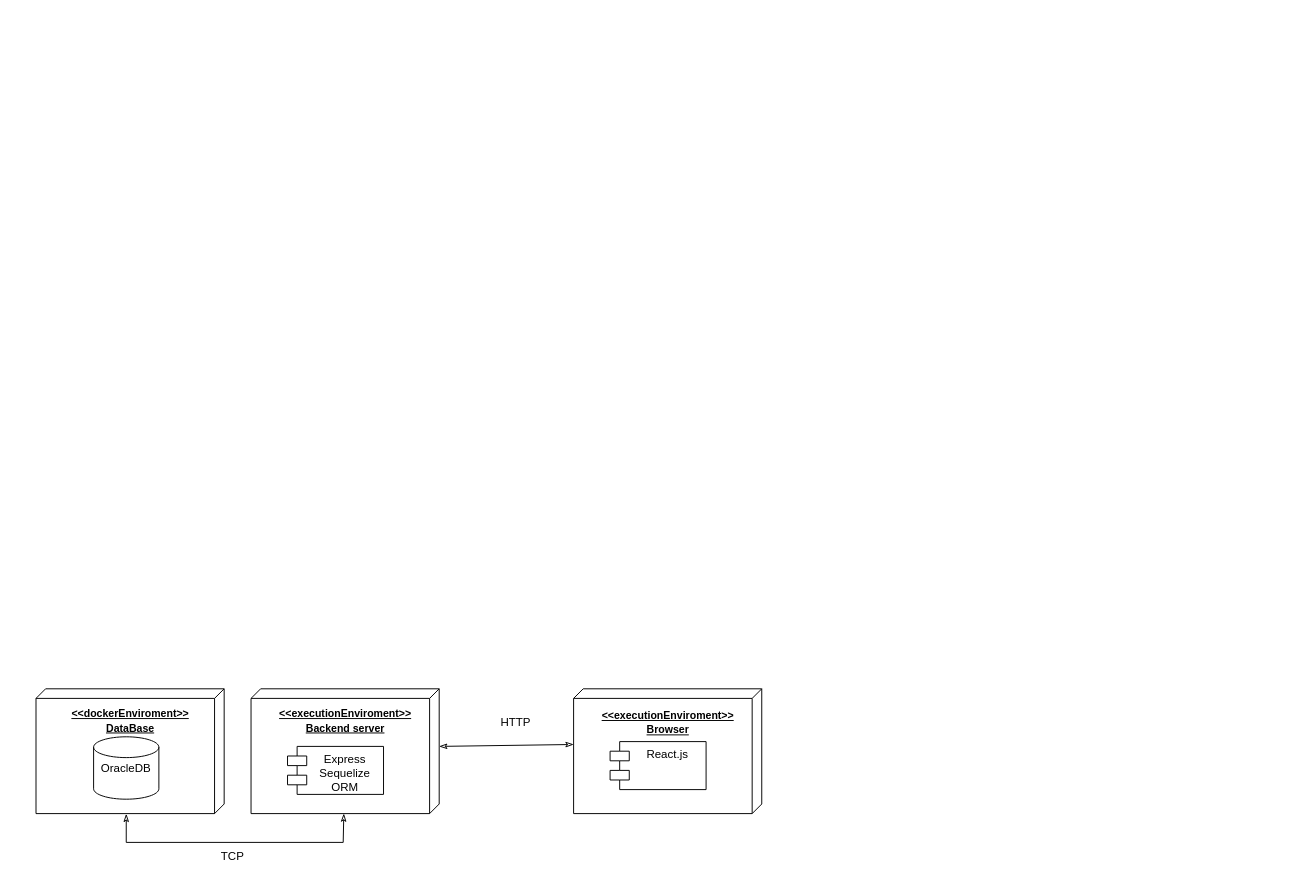
Above: architecture.drawio in taofi/6sem_course (draw.io), before the change. Source tidied: cells renumbered, new cells numbered last; positions are measured from the earlier drawing's top-left corner, leaving out a move shared by most shapes. Both pictures are drawn from the tidied source at 96%, with x=0, y=0 at pixel (36, 688).
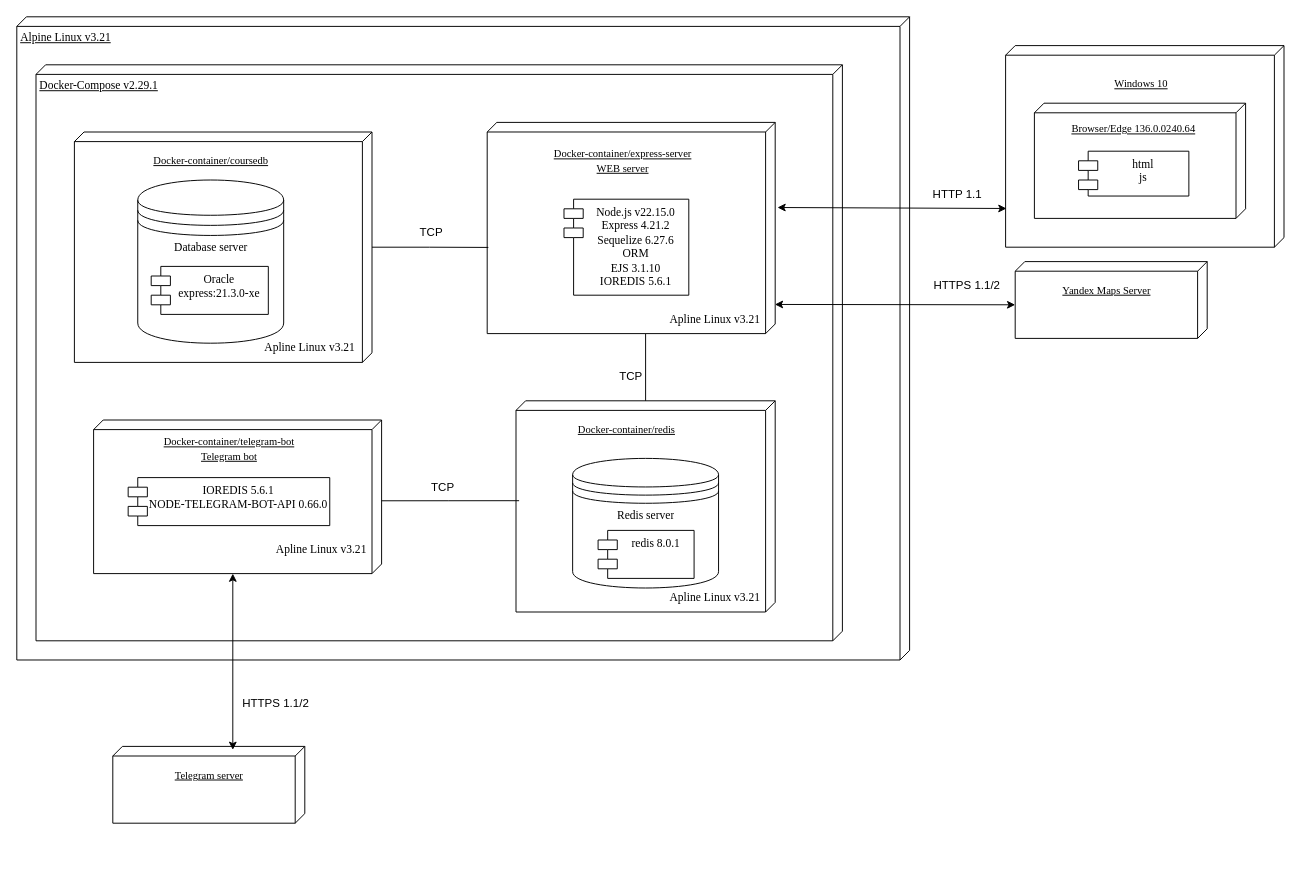
The same diagram, later.

Diff of the diagram source:
```diff
@@
-    <mxCell id="2" style="endArrow=classicThin;html=1;rounded=0;exitX=0;exitY=0;exitDx=60;exitDy=0;exitPerimeter=0;startArrow=classicThin;startFill=0;endFill=0;" parent="1" edge="1" source="4">
-      <mxGeometry relative="1" as="geometry">
-        <mxPoint x="560" y="58" as="targetPoint" />
-      </mxGeometry>
-    </mxCell>
-    <mxCell id="3" value="HTTP" style="text;html=1;align=center;verticalAlign=middle;whiteSpace=wrap;rounded=0;" parent="1" vertex="1">
-      <mxGeometry x="470" y="20" width="60" height="30" as="geometry" />
-    </mxCell>
-    <mxCell id="4" style="verticalAlign=top;align=left;spacingTop=8;spacingLeft=2;spacingRight=12;shape=cube;size=10;direction=south;fontStyle=4;html=1;whiteSpace=wrap;" parent="1" vertex="1">
-      <mxGeometry x="224" width="196" height="130" as="geometry" />
-    </mxCell>
-    <mxCell id="5" style="endArrow=classicThin;html=1;rounded=0;entryX=1.003;entryY=0.6;entryDx=0;entryDy=0;entryPerimeter=0;startArrow=classicThin;startFill=0;endFill=0;" parent="1" edge="1" source="4">
-      <mxGeometry relative="1" as="geometry">
-        <mxPoint x="94" y="130.3" as="targetPoint" />
-        <Array as="points">
-          <mxPoint x="320" y="160" />
-          <mxPoint x="94" y="160" />
-        </Array>
-      </mxGeometry>
-    </mxCell>
-    <mxCell id="6" value="&lt;u&gt;&lt;font style=&quot;font-size: 11px;&quot;&gt;&amp;lt;&amp;lt;executionEnviroment&amp;gt;&amp;gt;&lt;/font&gt;&lt;/u&gt;&lt;div&gt;&lt;span style=&quot;font-size: 11px;&quot;&gt;&lt;u&gt;Backend server&lt;/u&gt;&lt;/span&gt;&lt;/div&gt;" style="text;align=center;fontStyle=1;verticalAlign=middle;spacingLeft=3;spacingRight=3;strokeColor=none;html=1;" parent="1" vertex="1">
-      <mxGeometry x="282" y="20" width="80" height="26" as="geometry" />
-    </mxCell>
-    <mxCell id="7" style="verticalAlign=top;align=left;spacingTop=8;spacingLeft=2;spacingRight=12;shape=cube;size=10;direction=south;fontStyle=4;html=1;whiteSpace=wrap;" parent="1" vertex="1">
-      <mxGeometry width="196" height="130" as="geometry" />
-    </mxCell>
-    <mxCell id="8" value="&lt;u&gt;&lt;font style=&quot;font-size: 11px;&quot;&gt;&amp;lt;&amp;lt;dockerEnviroment&amp;gt;&amp;gt;&lt;/font&gt;&lt;/u&gt;&lt;div&gt;&lt;span style=&quot;font-size: 11px;&quot;&gt;&lt;u&gt;DataBase&lt;/u&gt;&lt;/span&gt;&lt;/div&gt;" style="text;align=center;fontStyle=1;verticalAlign=middle;spacingLeft=3;spacingRight=3;strokeColor=none;html=1;" parent="1" vertex="1">
-      <mxGeometry x="58" y="20" width="80" height="26" as="geometry" />
-    </mxCell>
-    <mxCell id="9" value="TCP" style="text;html=1;align=center;verticalAlign=middle;whiteSpace=wrap;rounded=0;" parent="1" vertex="1">
-      <mxGeometry x="175" y="160" width="60" height="30" as="geometry" />
-    </mxCell>
+    <mxCell id="15" value="Alpine Linux v3.21" style="verticalAlign=top;align=left;spacingTop=8;spacingLeft=2;spacingRight=12;shape=cube;size=10;direction=south;fontStyle=4;html=1;whiteSpace=wrap;fontFamily=Times New Roman;" parent="1" vertex="1">
+      <mxGeometry x="-20" y="-700" width="930" height="670" as="geometry" />
+    </mxCell>
+    <mxCell id="16" value="Docker-Compose v2.29.1" style="verticalAlign=top;align=left;spacingTop=8;spacingLeft=2;spacingRight=12;shape=cube;size=10;direction=south;fontStyle=4;html=1;whiteSpace=wrap;fontFamily=Times New Roman;" parent="1" vertex="1">
+      <mxGeometry y="-650" width="840" height="600" as="geometry" />
+    </mxCell>
+    <mxCell id="17" style="group;" parent="1" vertex="1">
+      <mxGeometry x="40" y="-580" width="310" height="240" as="geometry" />
+    </mxCell>
+    <mxCell id="18" style="verticalAlign=top;align=left;spacingTop=8;spacingLeft=2;spacingRight=12;shape=cube;size=10;direction=south;fontStyle=4;html=1;whiteSpace=wrap;fontFamily=Times New Roman;" parent="17" vertex="1">
+      <mxGeometry width="310" height="240" as="geometry" />
+    </mxCell>
+    <mxCell id="19" value="&lt;span style=&quot;font-size: 11px; font-weight: normal;&quot;&gt;&lt;u&gt;Docker-container/coursedb&lt;/u&gt;&lt;/span&gt;" style="text;align=center;fontStyle=1;verticalAlign=middle;spacingLeft=3;spacingRight=3;strokeColor=none;html=1;fontFamily=Times New Roman;" parent="17" vertex="1">
+      <mxGeometry x="101" y="20" width="82" height="20" as="geometry" />
+    </mxCell>
+    <mxCell id="20" style="shape=datastore;whiteSpace=wrap;html=1;fontFamily=Times New Roman;" parent="17" vertex="1">
+      <mxGeometry x="66" y="50" width="152" height="170" as="geometry" />
+    </mxCell>
+    <mxCell id="21" value="Database server" style="text;strokeColor=none;fillColor=none;align=center;verticalAlign=middle;spacingLeft=4;spacingRight=4;overflow=hidden;whiteSpace=wrap;html=1;fontFamily=Times New Roman;" parent="17" vertex="1">
+      <mxGeometry x="92.5" y="105" width="99" height="30" as="geometry" />
+    </mxCell>
+    <mxCell id="22" value="&lt;div style=&quot;&quot;&gt;&lt;span lang=&quot;EN-US&quot; style=&quot;background-color: transparent; color: light-dark(rgb(0, 0, 0), rgb(255, 255, 255));&quot;&gt;Oracle&lt;/span&gt;&lt;span lang=&quot;EN-US&quot; style=&quot;background-color: transparent; color: light-dark(rgb(0, 0, 0), rgb(255, 255, 255));&quot;&gt; &lt;/span&gt;&lt;span style=&quot;color: windowtext; text-decoration-line: none;&quot;&gt;express:21.3.0-xe&lt;/span&gt;&lt;/div&gt;" style="shape=module;align=center;spacingLeft=20;align=center;verticalAlign=top;whiteSpace=wrap;html=1;fontFamily=Times New Roman;" parent="17" vertex="1">
+      <mxGeometry x="80" y="140" width="122" height="50" as="geometry" />
+    </mxCell>
+    <mxCell id="23" value="Apline Linux v3.21" style="text;strokeColor=none;fillColor=none;align=center;verticalAlign=middle;spacingLeft=4;spacingRight=4;overflow=hidden;whiteSpace=wrap;html=1;fontFamily=Times New Roman;" parent="17" vertex="1">
+      <mxGeometry x="190" y="210" width="111" height="30" as="geometry" />
+    </mxCell>
+    <mxCell id="24" style="group;" parent="1" vertex="1">
+      <mxGeometry x="470" y="-590" width="310" height="240" as="geometry" />
+    </mxCell>
+    <mxCell id="25" style="verticalAlign=top;align=left;spacingTop=8;spacingLeft=2;spacingRight=12;shape=cube;size=10;direction=south;fontStyle=4;html=1;whiteSpace=wrap;fontFamily=Times New Roman;" parent="24" vertex="1">
+      <mxGeometry width="300" height="220" as="geometry" />
+    </mxCell>
+    <mxCell id="26" value="&lt;span style=&quot;font-size: 11px; font-weight: normal;&quot;&gt;&lt;u&gt;Docker-container/express-server&lt;/u&gt;&lt;/span&gt;&lt;div&gt;&lt;span style=&quot;font-size: 11px; font-weight: normal;&quot;&gt;&lt;u&gt;WEB server&lt;/u&gt;&lt;/span&gt;&lt;/div&gt;" style="text;align=center;fontStyle=1;verticalAlign=middle;spacingLeft=3;spacingRight=3;strokeColor=none;html=1;fontFamily=Times New Roman;" parent="24" vertex="1">
+      <mxGeometry x="100" y="20" width="82" height="40" as="geometry" />
+    </mxCell>
+    <mxCell id="27" value="Apline Linux v3.21" style="text;strokeColor=none;fillColor=none;align=center;verticalAlign=middle;spacingLeft=4;spacingRight=4;overflow=hidden;whiteSpace=wrap;html=1;fontFamily=Times New Roman;" parent="24" vertex="1">
+      <mxGeometry x="182" y="190" width="111" height="30" as="geometry" />
+    </mxCell>
+    <mxCell id="28" value="Node.js v22.15.0&lt;br&gt;Express 4.21.2&lt;div&gt;Sequelize 6.27.6&lt;/div&gt;&lt;div&gt;ORM&lt;/div&gt;&lt;div&gt;EJS 3.1.10&lt;/div&gt;&lt;div&gt;IOREDIS 5.6.1&lt;/div&gt;" style="shape=module;align=left;spacingLeft=20;align=center;verticalAlign=top;whiteSpace=wrap;html=1;fontFamily=Times New Roman;" parent="24" vertex="1">
+      <mxGeometry x="80" y="80" width="130" height="100" as="geometry" />
+    </mxCell>
+    <mxCell id="29" style="group;" parent="1" vertex="1">
+      <mxGeometry x="470" y="-330" width="310" height="240" as="geometry" />
+    </mxCell>
+    <mxCell id="30" style="group;" parent="29" vertex="1">
+      <mxGeometry x="30" y="30" width="270" height="220" as="geometry" />
+    </mxCell>
+    <mxCell id="31" style="verticalAlign=top;align=left;spacingTop=8;spacingLeft=2;spacingRight=12;shape=cube;size=10;direction=south;fontStyle=4;html=1;whiteSpace=wrap;fontFamily=Times New Roman;" parent="30" vertex="1">
+      <mxGeometry width="270" height="220" as="geometry" />
+    </mxCell>
+    <mxCell id="32" value="&lt;span style=&quot;font-size: 11px; font-weight: normal;&quot;&gt;&lt;u&gt;Docker-container/redis&lt;/u&gt;&lt;/span&gt;" style="text;align=center;fontStyle=1;verticalAlign=middle;spacingLeft=3;spacingRight=3;strokeColor=none;html=1;fontFamily=Times New Roman;" parent="30" vertex="1">
+      <mxGeometry x="74" y="20" width="82" height="20" as="geometry" />
+    </mxCell>
+    <mxCell id="33" style="shape=datastore;whiteSpace=wrap;html=1;fontFamily=Times New Roman;" parent="30" vertex="1">
+      <mxGeometry x="59" y="60" width="152" height="135" as="geometry" />
+    </mxCell>
+    <mxCell id="34" value="Redis server" style="text;strokeColor=none;fillColor=none;align=center;verticalAlign=middle;spacingLeft=4;spacingRight=4;overflow=hidden;whiteSpace=wrap;html=1;fontFamily=Times New Roman;" parent="30" vertex="1">
+      <mxGeometry x="85.5" y="105" width="99" height="30" as="geometry" />
+    </mxCell>
+    <mxCell id="35" value="&lt;div style=&quot;&quot;&gt;redis 8.0.1&lt;/div&gt;" style="shape=module;align=center;spacingLeft=20;align=center;verticalAlign=top;whiteSpace=wrap;html=1;fontFamily=Times New Roman;" parent="30" vertex="1">
+      <mxGeometry x="85.5" y="135" width="100" height="50" as="geometry" />
+    </mxCell>
+    <mxCell id="36" value="Apline Linux v3.21" style="text;strokeColor=none;fillColor=none;align=center;verticalAlign=middle;spacingLeft=4;spacingRight=4;overflow=hidden;whiteSpace=wrap;html=1;fontFamily=Times New Roman;" parent="30" vertex="1">
+      <mxGeometry x="151.5" y="190" width="111" height="30" as="geometry" />
+    </mxCell>
+    <mxCell id="37" style="edgeStyle=orthogonalEdgeStyle;rounded=0;jettySize=auto;html=1;entryX=0.592;entryY=0.996;entryDx=0;entryDy=0;entryPerimeter=0;endArrow=none;startFill=0;" parent="1" edge="1" source="18" target="25">
+      <mxGeometry relative="1" as="geometry" />
+    </mxCell>
+    <mxCell id="38" value="TCP" style="text;html=1;align=center;verticalAlign=middle;whiteSpace=wrap;rounded=0;" parent="1" vertex="1">
+      <mxGeometry x="380" y="-490" width="64" height="30" as="geometry" />
+    </mxCell>
+    <mxCell id="39" style="edgeStyle=orthogonalEdgeStyle;rounded=0;jettySize=auto;html=1;endArrow=none;startFill=0;exitX=1.002;exitY=0.45;exitDx=0;exitDy=0;exitPerimeter=0;" parent="1" edge="1" source="25" target="31">
+      <mxGeometry relative="1" as="geometry" />
+    </mxCell>
+    <mxCell id="40" value="TCP" style="text;html=1;align=center;verticalAlign=middle;whiteSpace=wrap;rounded=0;" parent="1" vertex="1">
+      <mxGeometry x="590" y="-340" width="60" height="30" as="geometry" />
+    </mxCell>
+    <mxCell id="41" style="group;" parent="1" vertex="1">
+      <mxGeometry x="60" y="-290" width="310" height="240" as="geometry" />
+    </mxCell>
+    <mxCell id="42" style="verticalAlign=top;align=left;spacingTop=8;spacingLeft=2;spacingRight=12;shape=cube;size=10;direction=south;fontStyle=4;html=1;whiteSpace=wrap;fontFamily=Times New Roman;" parent="41" vertex="1">
+      <mxGeometry y="10" width="300" height="160" as="geometry" />
+    </mxCell>
+    <mxCell id="43" value="&lt;span style=&quot;font-size: 11px; font-weight: normal;&quot;&gt;&lt;u&gt;Docker-container/telegram-bot&lt;/u&gt;&lt;/span&gt;&lt;div&gt;&lt;span style=&quot;font-size: 11px; font-weight: 400;&quot;&gt;&lt;u&gt;Telegram bot&lt;/u&gt;&lt;/span&gt;&lt;/div&gt;" style="text;align=center;fontStyle=1;verticalAlign=middle;spacingLeft=3;spacingRight=3;strokeColor=none;html=1;fontFamily=Times New Roman;" parent="41" vertex="1">
+      <mxGeometry x="100" y="20" width="82" height="40" as="geometry" />
+    </mxCell>
+    <mxCell id="44" value="Apline Linux v3.21" style="text;strokeColor=none;fillColor=none;align=center;verticalAlign=middle;spacingLeft=4;spacingRight=4;overflow=hidden;whiteSpace=wrap;html=1;fontFamily=Times New Roman;" parent="41" vertex="1">
+      <mxGeometry x="182" y="130" width="111" height="30" as="geometry" />
+    </mxCell>
+    <mxCell id="45" value="IOREDIS 5.6.1&lt;div&gt;NODE-TELEGRAM-BOT-API 0.66.0&lt;/div&gt;" style="shape=module;align=left;spacingLeft=20;align=center;verticalAlign=top;whiteSpace=wrap;html=1;fontFamily=Times New Roman;" parent="41" vertex="1">
+      <mxGeometry x="36" y="70" width="210" height="50" as="geometry" />
+    </mxCell>
+    <mxCell id="46" value="TCP" style="text;html=1;align=center;verticalAlign=middle;whiteSpace=wrap;rounded=0;" parent="1" vertex="1">
+      <mxGeometry x="394" y="-225" width="60" height="30" as="geometry" />
+    </mxCell>
+    <mxCell id="47" style="edgeStyle=orthogonalEdgeStyle;rounded=0;jettySize=auto;html=1;endArrow=none;startFill=0;entryX=0.526;entryY=0;entryDx=0;entryDy=0;entryPerimeter=0;exitX=0.473;exitY=0.988;exitDx=0;exitDy=0;exitPerimeter=0;" parent="1" edge="1" source="31" target="42">
+      <mxGeometry relative="1" as="geometry" />
+    </mxCell>
+    <mxCell id="48" style="group;" parent="1" vertex="1">
+      <mxGeometry x="80" y="60" width="200" height="80" as="geometry" />
+    </mxCell>
-    <mxCell id="10" style="verticalAlign=top;align=left;spacingTop=8;spacingLeft=2;spacingRight=12;shape=cube;size=10;direction=south;fontStyle=4;html=1;whiteSpace=wrap;" parent="1" vertex="1">
-      <mxGeometry x="560" width="196" height="130" as="geometry" />
+    <mxCell id="10" style="verticalAlign=top;align=left;spacingTop=8;spacingLeft=2;spacingRight=12;shape=cube;size=10;direction=south;fontStyle=4;html=1;whiteSpace=wrap;fontFamily=Times New Roman;" parent="48" vertex="1">
+      <mxGeometry width="200" height="80" as="geometry" />
     </mxCell>
-    <mxCell id="11" value="&lt;u&gt;&lt;font style=&quot;font-size: 11px;&quot;&gt;&amp;lt;&amp;lt;executionEnviroment&amp;gt;&amp;gt;&lt;/font&gt;&lt;/u&gt;&lt;div&gt;&lt;span style=&quot;font-size: 11px;&quot;&gt;&lt;u&gt;Browser&lt;/u&gt;&lt;/span&gt;&lt;/div&gt;" style="text;align=center;fontStyle=1;verticalAlign=middle;spacingLeft=3;spacingRight=3;strokeColor=none;html=1;" parent="1" vertex="1">
-      <mxGeometry x="618" y="22" width="80" height="26" as="geometry" />
-    </mxCell>
-    <mxCell id="12" value="React.js" style="shape=module;align=left;spacingLeft=20;align=center;verticalAlign=top;whiteSpace=wrap;html=1;" parent="1" vertex="1">
-      <mxGeometry x="598" y="55" width="100" height="50" as="geometry" />
-    </mxCell>
-    <mxCell id="13" value="Express&lt;div&gt;Sequelize&lt;/div&gt;&lt;div&gt;ORM&lt;/div&gt;" style="shape=module;align=left;spacingLeft=20;align=center;verticalAlign=top;whiteSpace=wrap;html=1;" parent="1" vertex="1">
-      <mxGeometry x="262" y="60" width="100" height="50" as="geometry" />
-    </mxCell>
-    <mxCell id="14" value="OracleDB" style="strokeWidth=1;html=1;shape=mxgraph.flowchart.database;whiteSpace=wrap;" parent="1" vertex="1">
-      <mxGeometry x="60" y="50" width="68" height="65" as="geometry" />
-    </mxCell>
+    <mxCell id="49" value="&lt;span style=&quot;font-size: 11px; font-weight: 400;&quot;&gt;&lt;u&gt;Telegram server&lt;/u&gt;&lt;/span&gt;" style="text;align=center;fontStyle=1;verticalAlign=middle;spacingLeft=3;spacingRight=3;strokeColor=none;html=1;fontFamily=Times New Roman;" parent="48" vertex="1">
+      <mxGeometry x="59" y="10" width="82" height="40" as="geometry" />
+    </mxCell>
+    <mxCell id="50" style="endArrow=classic;startArrow=classic;html=1;rounded=0;entryX=0;entryY=0;entryDx=160;entryDy=155;entryPerimeter=0;exitX=0.045;exitY=0.375;exitDx=0;exitDy=0;exitPerimeter=0;" parent="1" edge="1" source="10" target="42">
+      <mxGeometry relative="1" as="geometry" />
+    </mxCell>
+    <mxCell id="51" value="HTTPS 1.1/2" style="text;html=1;align=center;verticalAlign=middle;whiteSpace=wrap;rounded=0;" parent="1" vertex="1">
+      <mxGeometry x="210" width="80" height="30" as="geometry" />
+    </mxCell>
+    <mxCell id="52" value="HTTPS 1.1/2" style="text;html=1;align=center;verticalAlign=middle;whiteSpace=wrap;rounded=0;" parent="1" vertex="1">
+      <mxGeometry x="930" y="-435" width="80" height="30" as="geometry" />
+    </mxCell>
+    <mxCell id="53" style="group;" parent="1" vertex="1">
+      <mxGeometry x="1020" y="-405" width="200" height="80" as="geometry" />
+    </mxCell>
+    <mxCell id="54" style="verticalAlign=top;align=left;spacingTop=8;spacingLeft=2;spacingRight=12;shape=cube;size=10;direction=south;fontStyle=4;html=1;whiteSpace=wrap;fontFamily=Times New Roman;" parent="53" vertex="1">
+      <mxGeometry y="-40" width="200" height="80" as="geometry" />
+    </mxCell>
+    <mxCell id="55" value="&lt;span style=&quot;font-size: 11px; font-weight: 400;&quot;&gt;&lt;u&gt;Yandex Maps Server&lt;/u&gt;&lt;/span&gt;" style="text;align=center;fontStyle=1;verticalAlign=middle;spacingLeft=3;spacingRight=3;strokeColor=none;html=1;fontFamily=Times New Roman;" parent="53" vertex="1">
+      <mxGeometry x="54" y="-30" width="82" height="40" as="geometry" />
+    </mxCell>
+    <mxCell id="56" style="endArrow=classic;startArrow=classic;html=1;rounded=0;entryX=0;entryY=0;entryDx=45;entryDy=200;entryPerimeter=0;exitX=0.862;exitY=0.001;exitDx=0;exitDy=0;exitPerimeter=0;" parent="1" edge="1" source="25" target="54">
+      <mxGeometry relative="1" as="geometry" />
+    </mxCell>
+    <mxCell id="57" style="group;" parent="1" vertex="1">
+      <mxGeometry x="1010" y="-670" width="304" height="220" as="geometry" />
+    </mxCell>
+    <mxCell id="58" style="verticalAlign=top;align=left;spacingTop=8;spacingLeft=2;spacingRight=12;shape=cube;size=10;direction=south;fontStyle=4;html=1;whiteSpace=wrap;fontFamily=Times New Roman;" parent="57" vertex="1">
+      <mxGeometry width="290" height="210" as="geometry" />
+    </mxCell>
+    <mxCell id="59" value="&lt;span style=&quot;font-size: 11px; font-weight: 400;&quot;&gt;&lt;u&gt;Windows 10&lt;/u&gt;&lt;/span&gt;" style="text;align=center;fontStyle=1;verticalAlign=middle;spacingLeft=3;spacingRight=3;strokeColor=none;html=1;fontFamily=Times New Roman;" parent="57" vertex="1">
+      <mxGeometry x="100" y="20" width="82" height="40" as="geometry" />
+    </mxCell>
+    <mxCell id="60" style="group;" parent="57" vertex="1">
+      <mxGeometry x="30" y="60" width="274" height="160" as="geometry" />
+    </mxCell>
+    <mxCell id="61" style="verticalAlign=top;align=left;spacingTop=8;spacingLeft=2;spacingRight=12;shape=cube;size=10;direction=south;fontStyle=4;html=1;whiteSpace=wrap;fontFamily=Times New Roman;" parent="60" vertex="1">
+      <mxGeometry width="220" height="120" as="geometry" />
+    </mxCell>
+    <mxCell id="62" value="&lt;span style=&quot;font-size: 11px; font-weight: 400;&quot;&gt;&lt;u&gt;Browser/Edge 136.0.0240.64&lt;/u&gt;&lt;/span&gt;" style="text;align=center;fontStyle=1;verticalAlign=middle;spacingLeft=3;spacingRight=3;strokeColor=none;html=1;fontFamily=Times New Roman;" parent="60" vertex="1">
+      <mxGeometry x="67.2" y="13.3" width="72.5" height="26.7" as="geometry" />
+    </mxCell>
+    <mxCell id="63" value="html&lt;div&gt;js&lt;/div&gt;" style="shape=module;align=left;spacingLeft=20;align=center;verticalAlign=top;whiteSpace=wrap;html=1;fontFamily=Times New Roman;" parent="60" vertex="1">
+      <mxGeometry x="46" y="50" width="114.9" height="46.7" as="geometry" />
+    </mxCell>
+    <mxCell id="64" style="endArrow=classic;startArrow=classic;html=1;rounded=0;entryX=0.808;entryY=0.997;entryDx=0;entryDy=0;entryPerimeter=0;exitX=0.403;exitY=-0.008;exitDx=0;exitDy=0;exitPerimeter=0;" parent="1" edge="1" source="25" target="58">
+      <mxGeometry relative="1" as="geometry" />
+    </mxCell>
+    <mxCell id="65" value="HTTP 1.1" style="text;html=1;align=center;verticalAlign=middle;whiteSpace=wrap;rounded=0;" parent="1" vertex="1">
+      <mxGeometry x="920" y="-530" width="80" height="30" as="geometry" />
+    </mxCell>
```
